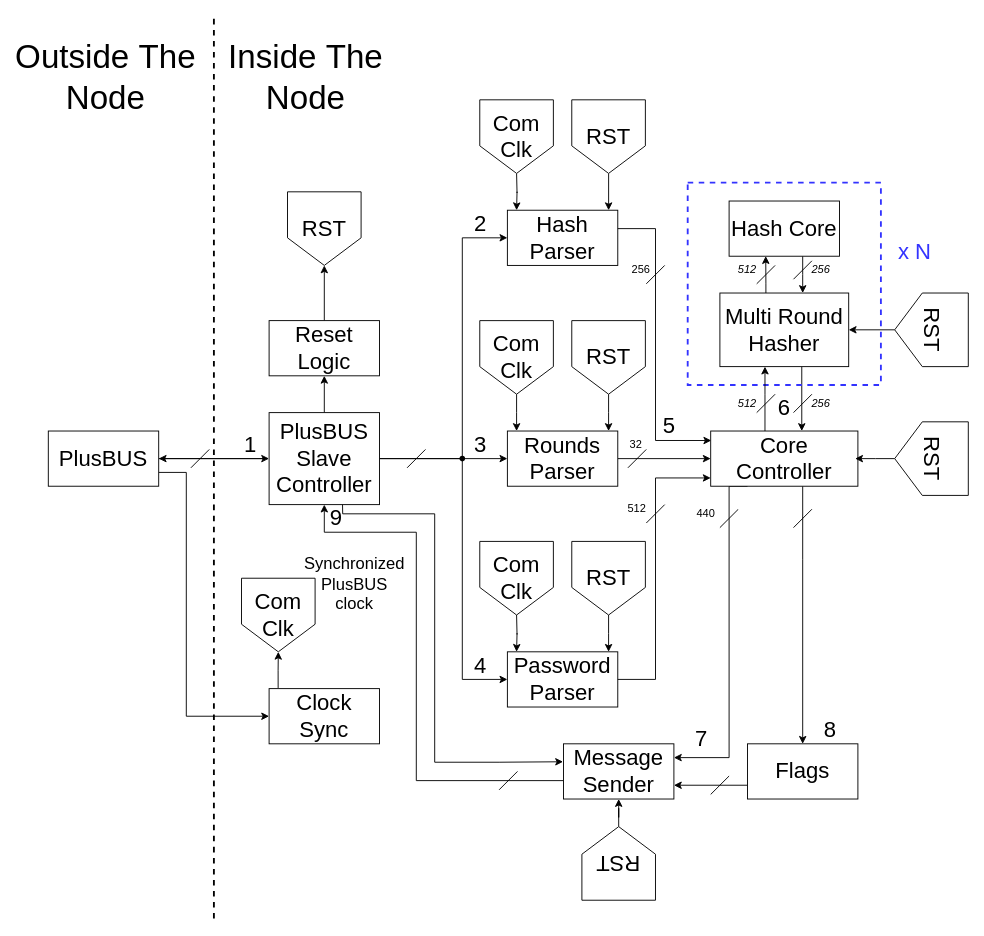
This is figures/prototype/node_structure/node_structure.drawio from Niclasapdk/ESD3_project, a draw.io file, before an edit. Source tidied: cells renumbered, new cells numbered last; positions are measured from the earlier drawing's top-left corner, leaving out a move shared by most shapes. Both pictures are drawn from the tidied source at 92%, with x=0, y=0 at pixel (29, 17).
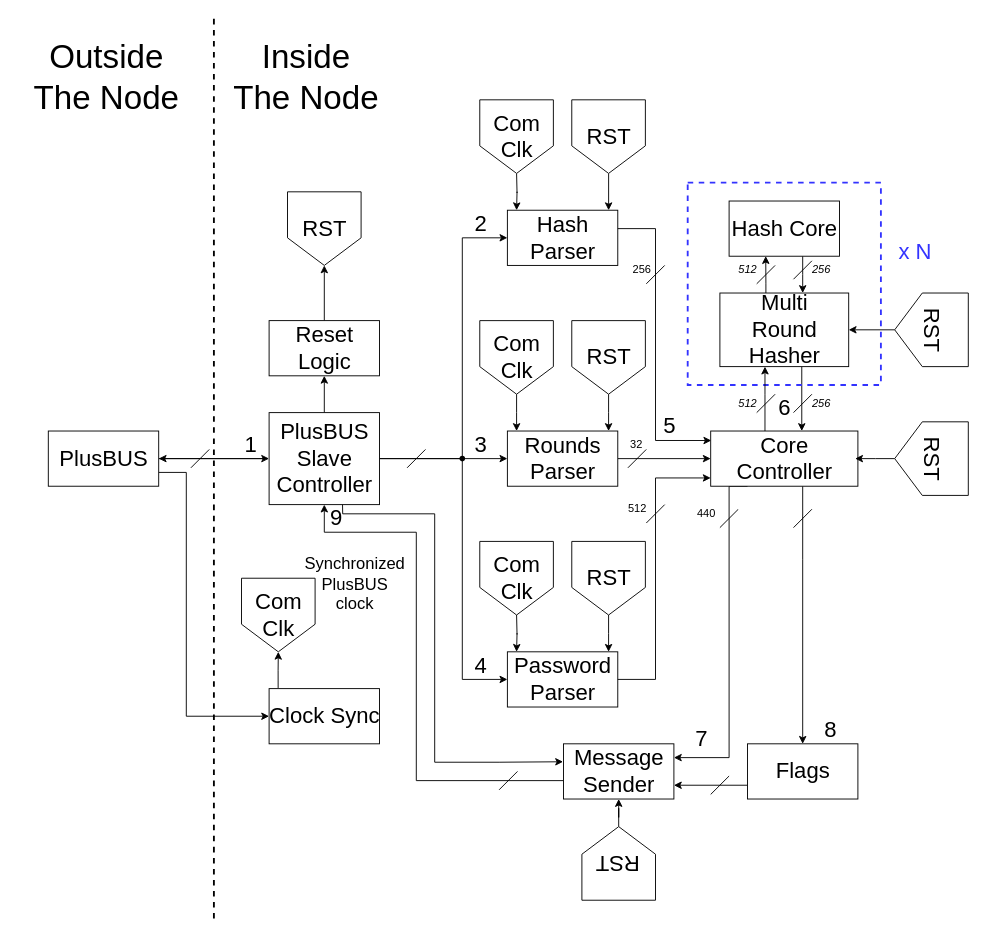
After the change.

Commit message:
wordwrap go john node_structure.drawio

What changed in the source:
```diff
@@
-    <mxCell id="4" value="&lt;font style=&quot;font-size: 24px;&quot;&gt;PlusBUS&lt;/font&gt;" style="rounded=0;html=1;fontSize=16;whiteSpace=wrap;" parent="1" vertex="1">
+    <mxCell id="4" value="&lt;font style=&quot;font-size: 24px;&quot;&gt;PlusBUS&lt;/font&gt;" style="rounded=0;html=1;fontSize=16;" parent="1" vertex="1">
       <mxGeometry x="20" y="450" width="120" height="60" as="geometry" />
     </mxCell>
@@
-    <mxCell id="7" value="&lt;font style=&quot;font-size: 24px;&quot;&gt;Clock Sync&lt;br&gt;&lt;/font&gt;" style="rounded=0;html=1;whiteSpace=wrap;" parent="1" vertex="1">
+    <mxCell id="7" value="&lt;font style=&quot;font-size: 24px;&quot;&gt;Clock Sync&lt;br&gt;&lt;/font&gt;" style="rounded=0;html=1;" parent="1" vertex="1">
       <mxGeometry x="260" y="730" width="120" height="60" as="geometry" />
     </mxCell>
@@
-    <mxCell id="12" value="&lt;font style=&quot;font-size: 24px;&quot;&gt;PlusBUS Slave Controller&lt;br&gt;&lt;/font&gt;" style="rounded=0;html=1;whiteSpace=wrap;" parent="1" vertex="1">
+    <mxCell id="12" value="&lt;div&gt;&lt;font style=&quot;font-size: 24px;&quot;&gt;PlusBUS&lt;/font&gt;&lt;/div&gt;&lt;div&gt;&lt;font style=&quot;font-size: 24px;&quot;&gt;Slave&lt;/font&gt;&lt;/div&gt;&lt;div&gt;&lt;font style=&quot;font-size: 24px;&quot;&gt;Controller&lt;/font&gt;&lt;/div&gt;" style="rounded=0;html=1;" parent="1" vertex="1">
       <mxGeometry x="260" y="430" width="120" height="100" as="geometry" />
     </mxCell>
-    <mxCell id="13" value="&lt;font style=&quot;font-size: 24px;&quot;&gt;Com Clk&lt;br&gt;&lt;/font&gt;" style="shape=offPageConnector;html=1;whiteSpace=wrap;" parent="1" vertex="1">
+    <mxCell id="13" value="&lt;div&gt;&lt;font style=&quot;font-size: 24px;&quot;&gt;Com&lt;/font&gt;&lt;/div&gt;&lt;div&gt;&lt;font style=&quot;font-size: 24px;&quot;&gt;Clk&lt;/font&gt;&lt;/div&gt;" style="shape=offPageConnector;html=1;" parent="1" vertex="1">
       <mxGeometry x="230" y="610" width="80" height="80" as="geometry" />
     </mxCell>
@@
-    <mxCell id="15" value="&lt;font style=&quot;font-size: 24px;&quot;&gt;Reset Logic&lt;br&gt;&lt;/font&gt;" style="rounded=0;html=1;fontSize=16;whiteSpace=wrap;" parent="1" vertex="1">
+    <mxCell id="15" value="&lt;div&gt;&lt;font style=&quot;font-size: 24px;&quot;&gt;Reset&lt;/font&gt;&lt;/div&gt;&lt;div&gt;&lt;font style=&quot;font-size: 24px;&quot;&gt;Logic&lt;/font&gt;&lt;/div&gt;" style="rounded=0;html=1;fontSize=16;" parent="1" vertex="1">
       <mxGeometry x="260" y="330" width="120" height="60" as="geometry" />
     </mxCell>
-    <mxCell id="16" value="&lt;font style=&quot;font-size: 24px;&quot;&gt;RST&lt;/font&gt;" style="shape=offPageConnector;html=1;whiteSpace=wrap;" parent="1" vertex="1">
+    <mxCell id="16" value="&lt;font style=&quot;font-size: 24px;&quot;&gt;RST&lt;/font&gt;" style="shape=offPageConnector;html=1;" parent="1" vertex="1">
       <mxGeometry x="280" y="190" width="80" height="80" as="geometry" />
     </mxCell>
@@
-    <mxCell id="18" value="&lt;font style=&quot;font-size: 24px;&quot;&gt;Rounds Parser&lt;br&gt;&lt;/font&gt;" style="rounded=0;html=1;fontSize=16;whiteSpace=wrap;" parent="1" vertex="1">
+    <mxCell id="18" value="&lt;div&gt;&lt;font style=&quot;font-size: 24px;&quot;&gt;Rounds&lt;/font&gt;&lt;/div&gt;&lt;div&gt;&lt;font style=&quot;font-size: 24px;&quot;&gt;Parser&lt;/font&gt;&lt;/div&gt;" style="rounded=0;html=1;fontSize=16;" parent="1" vertex="1">
       <mxGeometry x="519" y="450" width="120" height="60" as="geometry" />
     </mxCell>
@@
-    <mxCell id="20" value="&lt;font style=&quot;font-size: 24px;&quot;&gt;Hash Parser&lt;br&gt;&lt;/font&gt;" style="rounded=0;html=1;fontSize=16;whiteSpace=wrap;" parent="1" vertex="1">
+    <mxCell id="20" value="&lt;div&gt;&lt;font style=&quot;font-size: 24px;&quot;&gt;Hash&lt;/font&gt;&lt;/div&gt;&lt;div&gt;&lt;font style=&quot;font-size: 24px;&quot;&gt;Parser&lt;/font&gt;&lt;/div&gt;" style="rounded=0;html=1;fontSize=16;" parent="1" vertex="1">
       <mxGeometry x="519" y="210" width="120" height="60" as="geometry" />
     </mxCell>
@@
-    <mxCell id="22" value="&lt;font style=&quot;font-size: 24px;&quot;&gt;Password Parser&lt;br&gt;&lt;/font&gt;" style="rounded=0;html=1;fontSize=16;whiteSpace=wrap;" parent="1" vertex="1">
+    <mxCell id="22" value="&lt;div&gt;&lt;font style=&quot;font-size: 24px;&quot;&gt;Password&lt;/font&gt;&lt;/div&gt;&lt;div&gt;&lt;font style=&quot;font-size: 24px;&quot;&gt;Parser&lt;/font&gt;&lt;/div&gt;" style="rounded=0;html=1;fontSize=16;" parent="1" vertex="1">
       <mxGeometry x="519" y="690" width="120" height="60" as="geometry" />
     </mxCell>
@@
-    <mxCell id="24" value="&lt;font style=&quot;font-size: 24px;&quot;&gt;Com Clk&lt;br&gt;&lt;/font&gt;" style="shape=offPageConnector;html=1;whiteSpace=wrap;" parent="1" vertex="1">
+    <mxCell id="24" value="&lt;div&gt;&lt;font style=&quot;font-size: 24px;&quot;&gt;Com&lt;/font&gt;&lt;/div&gt;&lt;div&gt;&lt;font style=&quot;font-size: 24px;&quot;&gt;Clk&lt;/font&gt;&lt;/div&gt;" style="shape=offPageConnector;html=1;" parent="1" vertex="1">
       <mxGeometry x="489" y="90" width="80" height="80" as="geometry" />
     </mxCell>
@@
-    <mxCell id="26" value="&lt;font style=&quot;font-size: 24px;&quot;&gt;Com Clk&lt;br&gt;&lt;/font&gt;" style="shape=offPageConnector;html=1;whiteSpace=wrap;" parent="1" vertex="1">
+    <mxCell id="26" value="&lt;div&gt;&lt;font style=&quot;font-size: 24px;&quot;&gt;Com&lt;/font&gt;&lt;/div&gt;&lt;div&gt;&lt;font style=&quot;font-size: 24px;&quot;&gt;Clk&lt;/font&gt;&lt;/div&gt;" style="shape=offPageConnector;html=1;" parent="1" vertex="1">
       <mxGeometry x="489" y="330" width="80" height="80" as="geometry" />
     </mxCell>
@@
-    <mxCell id="28" value="&lt;font style=&quot;font-size: 24px;&quot;&gt;Com Clk&lt;br&gt;&lt;/font&gt;" style="shape=offPageConnector;html=1;whiteSpace=wrap;" parent="1" vertex="1">
+    <mxCell id="28" value="&lt;div&gt;&lt;font style=&quot;font-size: 24px;&quot;&gt;Com&lt;/font&gt;&lt;/div&gt;&lt;div&gt;&lt;font style=&quot;font-size: 24px;&quot;&gt;Clk&lt;/font&gt;&lt;/div&gt;" style="shape=offPageConnector;html=1;" parent="1" vertex="1">
       <mxGeometry x="489" y="570" width="80" height="80" as="geometry" />
     </mxCell>
@@
-    <mxCell id="30" value="&lt;font style=&quot;font-size: 24px;&quot;&gt;RST&lt;/font&gt;" style="shape=offPageConnector;html=1;whiteSpace=wrap;" parent="1" vertex="1">
+    <mxCell id="30" value="&lt;font style=&quot;font-size: 24px;&quot;&gt;RST&lt;/font&gt;" style="shape=offPageConnector;html=1;" parent="1" vertex="1">
       <mxGeometry x="589" y="90" width="80" height="80" as="geometry" />
     </mxCell>
@@
-    <mxCell id="32" value="&lt;font style=&quot;font-size: 24px;&quot;&gt;RST&lt;/font&gt;" style="shape=offPageConnector;html=1;whiteSpace=wrap;" parent="1" vertex="1">
+    <mxCell id="32" value="&lt;font style=&quot;font-size: 24px;&quot;&gt;RST&lt;/font&gt;" style="shape=offPageConnector;html=1;" parent="1" vertex="1">
       <mxGeometry x="589" y="330" width="80" height="80" as="geometry" />
     </mxCell>
@@
-    <mxCell id="34" value="&lt;font style=&quot;font-size: 24px;&quot;&gt;RST&lt;/font&gt;" style="shape=offPageConnector;html=1;whiteSpace=wrap;" parent="1" vertex="1">
+    <mxCell id="34" value="&lt;font style=&quot;font-size: 24px;&quot;&gt;RST&lt;/font&gt;" style="shape=offPageConnector;html=1;" parent="1" vertex="1">
       <mxGeometry x="589" y="570" width="80" height="80" as="geometry" />
     </mxCell>
@@
-    <mxCell id="37" value="&lt;font style=&quot;font-size: 24px;&quot;&gt;Core Controller&lt;br&gt;&lt;/font&gt;" style="rounded=0;html=1;fontSize=16;whiteSpace=wrap;points=[[0,0,0,0,0],[0,0.15,0,0,0],[0,0.5,0,0,0],[0,0.85,0,0,0],[0,1,0,0,0],[0.25,0,0,0,0],[0.25,1,0,0,0],[0.5,0,0,0,0],[0.5,1,0,0,0],[0.75,0,0,0,0],[0.75,1,0,0,0],[1,0,0,0,0],[1,0.25,0,0,0],[1,0.5,0,0,0],[1,0.75,0,0,0],[1,1,0,0,0]];" parent="1" vertex="1">
+    <mxCell id="37" value="&lt;div&gt;&lt;font style=&quot;font-size: 24px;&quot;&gt;Core&lt;/font&gt;&lt;/div&gt;&lt;div&gt;&lt;font style=&quot;font-size: 24px;&quot;&gt;Controller&lt;/font&gt;&lt;/div&gt;" style="rounded=0;html=1;fontSize=16;points=[[0,0,0,0,0],[0,0.15,0,0,0],[0,0.5,0,0,0],[0,0.85,0,0,0],[0,1,0,0,0],[0.25,0,0,0,0],[0.25,1,0,0,0],[0.5,0,0,0,0],[0.5,1,0,0,0],[0.75,0,0,0,0],[0.75,1,0,0,0],[1,0,0,0,0],[1,0.25,0,0,0],[1,0.5,0,0,0],[1,0.75,0,0,0],[1,1,0,0,0]];" parent="1" vertex="1">
       <mxGeometry x="740" y="450" width="160" height="60" as="geometry" />
     </mxCell>
@@
-    <mxCell id="39" value="&lt;font style=&quot;font-size: 24px;&quot;&gt;Message Sender&lt;font&gt;&lt;br&gt;&lt;/font&gt;&lt;/font&gt;" style="rounded=0;html=1;fontSize=16;whiteSpace=wrap;" parent="1" vertex="1">
+    <mxCell id="39" value="&lt;div&gt;&lt;font style=&quot;font-size: 24px;&quot;&gt;Message&lt;/font&gt;&lt;/div&gt;&lt;div&gt;&lt;font style=&quot;font-size: 24px;&quot;&gt;Sender&lt;/font&gt;&lt;/div&gt;" style="rounded=0;html=1;fontSize=16;" parent="1" vertex="1">
       <mxGeometry x="580" y="790" width="120" height="60" as="geometry" />
     </mxCell>
@@
-    <mxCell id="41" value="&lt;font style=&quot;font-size: 24px;&quot;&gt;Flags&lt;/font&gt;" style="rounded=0;html=1;fontSize=16;whiteSpace=wrap;" parent="1" vertex="1">
+    <mxCell id="41" value="&lt;font style=&quot;font-size: 24px;&quot;&gt;Flags&lt;/font&gt;" style="rounded=0;html=1;fontSize=16;" parent="1" vertex="1">
       <mxGeometry x="780" y="790" width="120" height="60" as="geometry" />
     </mxCell>
@@
-    <mxCell id="43" style="rounded=0;html=1;fontSize=16;gradientColor=none;fillColor=none;dashed=1;strokeWidth=2;strokeColor=#3333FF;whiteSpace=wrap;" parent="1" vertex="1">
+    <mxCell id="43" style="rounded=0;html=1;fontSize=16;gradientColor=none;fillColor=none;dashed=1;strokeWidth=2;strokeColor=#3333FF;" parent="1" vertex="1">
       <mxGeometry x="715" y="180" width="210" height="220" as="geometry" />
     </mxCell>
@@
-    <mxCell id="45" value="&lt;font style=&quot;font-size: 24px;&quot;&gt;Multi Round Hasher&lt;br&gt;&lt;/font&gt;" style="rounded=0;html=1;fontSize=16;whiteSpace=wrap;" parent="1" vertex="1">
+    <mxCell id="45" value="&lt;div&gt;&lt;font style=&quot;font-size: 24px;&quot;&gt;Multi&lt;/font&gt;&lt;/div&gt;&lt;div&gt;&lt;font style=&quot;font-size: 24px;&quot;&gt;Round&lt;/font&gt;&lt;/div&gt;&lt;div&gt;&lt;font style=&quot;font-size: 24px;&quot;&gt;Hasher&lt;/font&gt;&lt;/div&gt;" style="rounded=0;html=1;fontSize=16;" parent="1" vertex="1">
       <mxGeometry x="750" y="300" width="140" height="80" as="geometry" />
     </mxCell>
@@
-    <mxCell id="47" value="&lt;font style=&quot;font-size: 24px;&quot;&gt;Hash Core&lt;br&gt;&lt;/font&gt;" style="rounded=0;html=1;fontSize=16;whiteSpace=wrap;" parent="1" vertex="1">
+    <mxCell id="47" value="&lt;font style=&quot;font-size: 24px;&quot;&gt;Hash Core&lt;br&gt;&lt;/font&gt;" style="rounded=0;html=1;fontSize=16;" parent="1" vertex="1">
       <mxGeometry x="760" y="200" width="120" height="60" as="geometry" />
     </mxCell>
-    <mxCell id="48" value="&lt;font color=&quot;#3333ff&quot; style=&quot;font-size: 24px;&quot;&gt;x N&lt;br&gt;&lt;/font&gt;" style="text;html=1;strokeColor=none;fillColor=none;align=center;verticalAlign=middle;rounded=0;whiteSpace=wrap;" parent="1" vertex="1">
+    <mxCell id="48" value="&lt;font color=&quot;#3333ff&quot; style=&quot;font-size: 24px;&quot;&gt;x N&lt;br&gt;&lt;/font&gt;" style="text;html=1;strokeColor=none;fillColor=none;align=center;verticalAlign=middle;rounded=0;" parent="1" vertex="1">
       <mxGeometry x="932" y="240" width="60" height="30" as="geometry" />
     </mxCell>
@@
-    <mxCell id="50" value="&lt;div&gt;&lt;font style=&quot;font-size: 36px;&quot;&gt;Inside&amp;nbsp;&lt;/font&gt;&lt;span style=&quot;font-size: 36px; background-color: initial;&quot;&gt;The Node&lt;/span&gt;&lt;/div&gt;" style="text;html=1;strokeColor=none;fillColor=none;align=center;verticalAlign=middle;rounded=0;whiteSpace=wrap;" parent="1" vertex="1">
+    <mxCell id="50" value="&lt;div&gt;&lt;font style=&quot;font-size: 36px;&quot;&gt;Inside&lt;/font&gt;&lt;/div&gt;&lt;div&gt;&lt;span style=&quot;font-size: 36px; background-color: initial;&quot;&gt;The Node&lt;/span&gt;&lt;/div&gt;" style="text;html=1;strokeColor=none;fillColor=none;align=center;verticalAlign=middle;rounded=0;" parent="1" vertex="1">
       <mxGeometry x="195" y="50" width="210" height="30" as="geometry" />
     </mxCell>
-    <mxCell id="51" value="&lt;font style=&quot;font-size: 36px;&quot;&gt;Outside&amp;nbsp;&lt;font&gt;The Node&lt;/font&gt;&lt;/font&gt;" style="text;html=1;strokeColor=none;fillColor=none;align=center;verticalAlign=middle;rounded=0;whiteSpace=wrap;" parent="1" vertex="1">
+    <mxCell id="51" value="&lt;div&gt;&lt;font style=&quot;font-size: 36px;&quot;&gt;Outside&lt;/font&gt;&lt;/div&gt;&lt;div&gt;&lt;font style=&quot;font-size: 36px;&quot;&gt;&lt;font&gt;The Node&lt;/font&gt;&lt;/font&gt;&lt;/div&gt;" style="text;html=1;strokeColor=none;fillColor=none;align=center;verticalAlign=middle;rounded=0;" parent="1" vertex="1">
       <mxGeometry y="25" width="165" height="80" as="geometry" />
     </mxCell>
-    <mxCell id="52" value="&lt;font style=&quot;font-size: 24px;&quot;&gt;2&lt;/font&gt;" style="text;html=1;strokeColor=none;fillColor=none;align=center;verticalAlign=middle;rounded=0;whiteSpace=wrap;" parent="1" vertex="1">
+    <mxCell id="52" value="&lt;font style=&quot;font-size: 24px;&quot;&gt;2&lt;/font&gt;" style="text;html=1;strokeColor=none;fillColor=none;align=center;verticalAlign=middle;rounded=0;" parent="1" vertex="1">
       <mxGeometry x="460" y="210" width="60" height="30" as="geometry" />
     </mxCell>
-    <mxCell id="53" value="&lt;font style=&quot;font-size: 24px;&quot;&gt;1&lt;/font&gt;" style="text;html=1;strokeColor=none;fillColor=none;align=center;verticalAlign=middle;rounded=0;whiteSpace=wrap;" parent="1" vertex="1">
+    <mxCell id="53" value="&lt;font style=&quot;font-size: 24px;&quot;&gt;1&lt;/font&gt;" style="text;html=1;strokeColor=none;fillColor=none;align=center;verticalAlign=middle;rounded=0;" parent="1" vertex="1">
       <mxGeometry x="210" y="450" width="60" height="30" as="geometry" />
     </mxCell>
-    <mxCell id="54" value="&lt;font style=&quot;font-size: 24px;&quot;&gt;3&lt;/font&gt;" style="text;html=1;strokeColor=none;fillColor=none;align=center;verticalAlign=middle;rounded=0;whiteSpace=wrap;" parent="1" vertex="1">
+    <mxCell id="54" value="&lt;font style=&quot;font-size: 24px;&quot;&gt;3&lt;/font&gt;" style="text;html=1;strokeColor=none;fillColor=none;align=center;verticalAlign=middle;rounded=0;" parent="1" vertex="1">
       <mxGeometry x="460" y="450" width="60" height="30" as="geometry" />
     </mxCell>
-    <mxCell id="55" value="&lt;font style=&quot;font-size: 24px;&quot;&gt;4&lt;/font&gt;" style="text;html=1;strokeColor=none;fillColor=none;align=center;verticalAlign=middle;rounded=0;whiteSpace=wrap;" parent="1" vertex="1">
+    <mxCell id="55" value="&lt;font style=&quot;font-size: 24px;&quot;&gt;4&lt;/font&gt;" style="text;html=1;strokeColor=none;fillColor=none;align=center;verticalAlign=middle;rounded=0;" parent="1" vertex="1">
       <mxGeometry x="460" y="690" width="60" height="30" as="geometry" />
     </mxCell>
-    <mxCell id="56" value="&lt;font style=&quot;font-size: 24px;&quot;&gt;5&lt;/font&gt;" style="text;html=1;strokeColor=none;fillColor=none;align=center;verticalAlign=middle;rounded=0;whiteSpace=wrap;" parent="1" vertex="1">
+    <mxCell id="56" value="&lt;font style=&quot;font-size: 24px;&quot;&gt;5&lt;/font&gt;" style="text;html=1;strokeColor=none;fillColor=none;align=center;verticalAlign=middle;rounded=0;" parent="1" vertex="1">
       <mxGeometry x="680" y="430" width="30" height="30" as="geometry" />
     </mxCell>
@@
-    <mxCell id="58" value="&lt;font style=&quot;font-size: 24px;&quot;&gt;6&lt;/font&gt;" style="text;html=1;strokeColor=none;fillColor=none;align=center;verticalAlign=middle;rounded=0;whiteSpace=wrap;" parent="1" vertex="1">
+    <mxCell id="58" value="&lt;font style=&quot;font-size: 24px;&quot;&gt;6&lt;/font&gt;" style="text;html=1;strokeColor=none;fillColor=none;align=center;verticalAlign=middle;rounded=0;" parent="1" vertex="1">
       <mxGeometry x="790" y="410" width="60" height="30" as="geometry" />
     </mxCell>
-    <mxCell id="59" value="&lt;font style=&quot;font-size: 24px;&quot;&gt;7&lt;/font&gt;" style="text;html=1;strokeColor=none;fillColor=none;align=center;verticalAlign=middle;rounded=0;whiteSpace=wrap;" parent="1" vertex="1">
+    <mxCell id="59" value="&lt;font style=&quot;font-size: 24px;&quot;&gt;7&lt;/font&gt;" style="text;html=1;strokeColor=none;fillColor=none;align=center;verticalAlign=middle;rounded=0;" parent="1" vertex="1">
       <mxGeometry x="700" y="770" width="60" height="30" as="geometry" />
     </mxCell>
-    <mxCell id="60" value="&lt;font style=&quot;font-size: 18px;&quot;&gt;Synchronized PlusBUS clock&lt;br&gt;&lt;/font&gt;" style="text;html=1;strokeColor=none;fillColor=none;align=center;verticalAlign=middle;rounded=0;whiteSpace=wrap;" parent="1" vertex="1">
+    <mxCell id="60" value="&lt;div&gt;&lt;font style=&quot;font-size: 18px;&quot;&gt;Synchronized&lt;/font&gt;&lt;/div&gt;&lt;div&gt;&lt;font style=&quot;font-size: 18px;&quot;&gt;PlusBUS&lt;/font&gt;&lt;/div&gt;&lt;div&gt;&lt;font style=&quot;font-size: 18px;&quot;&gt;clock&lt;/font&gt;&lt;/div&gt;" style="text;html=1;strokeColor=none;fillColor=none;align=center;verticalAlign=middle;rounded=0;" parent="1" vertex="1">
       <mxGeometry x="303" y="572" width="100" height="90" as="geometry" />
     </mxCell>
-    <mxCell id="61" value="&lt;font style=&quot;font-size: 24px;&quot;&gt;8&lt;/font&gt;" style="text;html=1;strokeColor=none;fillColor=none;align=center;verticalAlign=middle;rounded=0;whiteSpace=wrap;" parent="1" vertex="1">
+    <mxCell id="61" value="&lt;font style=&quot;font-size: 24px;&quot;&gt;8&lt;/font&gt;" style="text;html=1;strokeColor=none;fillColor=none;align=center;verticalAlign=middle;rounded=0;" parent="1" vertex="1">
       <mxGeometry x="840" y="760" width="60" height="30" as="geometry" />
     </mxCell>
@@
-    <mxCell id="63" value="&lt;font style=&quot;font-size: 24px;&quot;&gt;9&lt;/font&gt;" style="text;html=1;strokeColor=none;fillColor=none;align=center;verticalAlign=middle;rounded=0;whiteSpace=wrap;" parent="1" vertex="1">
+    <mxCell id="63" value="&lt;font style=&quot;font-size: 24px;&quot;&gt;9&lt;/font&gt;" style="text;html=1;strokeColor=none;fillColor=none;align=center;verticalAlign=middle;rounded=0;" parent="1" vertex="1">
       <mxGeometry x="303" y="530" width="60" height="30" as="geometry" />
     </mxCell>
@@
-    <mxCell id="66" value="&lt;font style=&quot;font-size: 24px;&quot;&gt;RST&lt;/font&gt;" style="shape=offPageConnector;html=1;rotation=90;whiteSpace=wrap;" parent="1" vertex="1">
+    <mxCell id="66" value="&lt;font style=&quot;font-size: 24px;&quot;&gt;RST&lt;/font&gt;" style="shape=offPageConnector;html=1;rotation=90;" parent="1" vertex="1">
       <mxGeometry x="940" y="300" width="80" height="80" as="geometry" />
     </mxCell>
@@
-    <mxCell id="68" value="&lt;font style=&quot;font-size: 24px;&quot;&gt;RST&lt;/font&gt;" style="shape=offPageConnector;html=1;rotation=90;whiteSpace=wrap;" parent="1" vertex="1">
+    <mxCell id="68" value="&lt;font style=&quot;font-size: 24px;&quot;&gt;RST&lt;/font&gt;" style="shape=offPageConnector;html=1;rotation=90;" parent="1" vertex="1">
       <mxGeometry x="940" y="440" width="80" height="80" as="geometry" />
     </mxCell>
@@
-    <mxCell id="70" value="&lt;font style=&quot;font-size: 24px;&quot;&gt;RST&lt;/font&gt;" style="shape=offPageConnector;html=1;rotation=-180;whiteSpace=wrap;" parent="1" vertex="1">
+    <mxCell id="70" value="&lt;font style=&quot;font-size: 24px;&quot;&gt;RST&lt;/font&gt;" style="shape=offPageConnector;html=1;rotation=-180;" parent="1" vertex="1">
       <mxGeometry x="600" y="880" width="80" height="80" as="geometry" />
     </mxCell>
@@
-    <mxCell id="82" value="&lt;i&gt;256&lt;/i&gt;" style="text;html=1;strokeColor=none;fillColor=none;align=center;verticalAlign=middle;whiteSpace=wrap;rounded=0;" parent="1" vertex="1">
+    <mxCell id="82" value="&lt;i&gt;256&lt;/i&gt;" style="text;html=1;strokeColor=none;fillColor=none;align=center;verticalAlign=middle;rounded=0;" parent="1" vertex="1">
       <mxGeometry x="830" y="405" width="60" height="30" as="geometry" />
     </mxCell>
-    <mxCell id="83" value="&lt;i&gt;512&lt;/i&gt;" style="text;html=1;strokeColor=none;fillColor=none;align=center;verticalAlign=middle;whiteSpace=wrap;rounded=0;" parent="1" vertex="1">
+    <mxCell id="83" value="&lt;i&gt;512&lt;/i&gt;" style="text;html=1;strokeColor=none;fillColor=none;align=center;verticalAlign=middle;rounded=0;" parent="1" vertex="1">
       <mxGeometry x="750" y="405" width="60" height="30" as="geometry" />
     </mxCell>
-    <mxCell id="84" value="&lt;i&gt;512&lt;/i&gt;" style="text;html=1;strokeColor=none;fillColor=none;align=center;verticalAlign=middle;whiteSpace=wrap;rounded=0;" parent="1" vertex="1">
+    <mxCell id="84" value="&lt;i&gt;512&lt;/i&gt;" style="text;html=1;strokeColor=none;fillColor=none;align=center;verticalAlign=middle;rounded=0;" parent="1" vertex="1">
       <mxGeometry x="750" y="260" width="60" height="30" as="geometry" />
     </mxCell>
-    <mxCell id="85" value="&lt;i&gt;256&lt;/i&gt;" style="text;html=1;strokeColor=none;fillColor=none;align=center;verticalAlign=middle;whiteSpace=wrap;rounded=0;" parent="1" vertex="1">
+    <mxCell id="85" value="&lt;i&gt;256&lt;/i&gt;" style="text;html=1;strokeColor=none;fillColor=none;align=center;verticalAlign=middle;rounded=0;" parent="1" vertex="1">
       <mxGeometry x="830" y="260" width="60" height="30" as="geometry" />
     </mxCell>
@@
-    <mxCell id="88" value="512" style="text;html=1;strokeColor=none;fillColor=none;align=center;verticalAlign=middle;whiteSpace=wrap;rounded=0;" parent="1" vertex="1">
+    <mxCell id="88" value="512" style="text;html=1;strokeColor=none;fillColor=none;align=center;verticalAlign=middle;rounded=0;" parent="1" vertex="1">
       <mxGeometry x="640" y="520" width="40" height="30" as="geometry" />
     </mxCell>
-    <mxCell id="89" value="256" style="text;html=1;strokeColor=none;fillColor=none;align=center;verticalAlign=middle;whiteSpace=wrap;rounded=0;" parent="1" vertex="1">
+    <mxCell id="89" value="256" style="text;html=1;strokeColor=none;fillColor=none;align=center;verticalAlign=middle;rounded=0;" parent="1" vertex="1">
       <mxGeometry x="649" y="260" width="31" height="30" as="geometry" />
     </mxCell>
-    <mxCell id="90" value="32" style="text;html=1;strokeColor=none;fillColor=none;align=center;verticalAlign=middle;whiteSpace=wrap;rounded=0;" parent="1" vertex="1">
+    <mxCell id="90" value="32" style="text;html=1;strokeColor=none;fillColor=none;align=center;verticalAlign=middle;rounded=0;" parent="1" vertex="1">
       <mxGeometry x="649" y="455" width="20" height="20" as="geometry" />
     </mxCell>
-    <mxCell id="91" value="440" style="text;html=1;strokeColor=none;fillColor=none;align=center;verticalAlign=middle;whiteSpace=wrap;rounded=0;" parent="1" vertex="1">
+    <mxCell id="91" value="440" style="text;html=1;strokeColor=none;fillColor=none;align=center;verticalAlign=middle;rounded=0;" parent="1" vertex="1">
       <mxGeometry x="720" y="530" width="30" height="20" as="geometry" />
     </mxCell>
```
